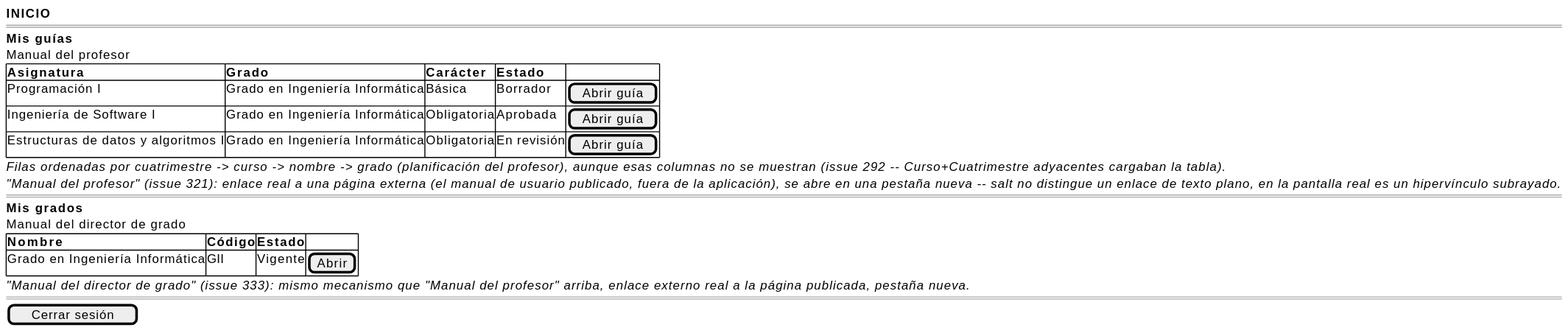
mmasias/pyCeldaPublico keeps this PlantUML diagram as images/RUP/01-requisitos/03-detalle-casos-uso/abrirInicio/wireframe.svg. Above is the earlier version.
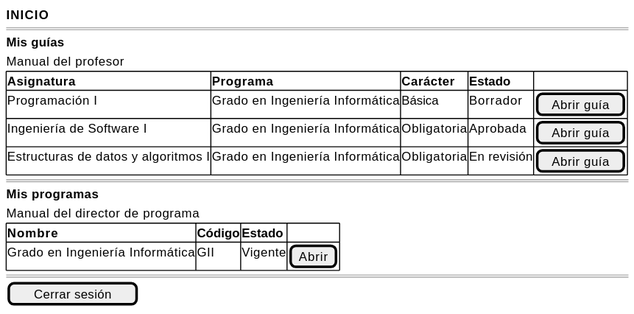
Above is the later version.

Diff of the diagram source:
```diff
@@ -5,21 +5,18 @@
     <b>Mis guías</b>
     Manual del profesor
     {#
-    <b>Asignatura                          | <b>Grado                          | <b>Carácter    |<b>Estado    | .
+    <b>Asignatura                          | <b>Programa                          | <b>Carácter    |<b>Estado    | .
     Programación I                         | Grado en Ingeniería Informática    | Básica         |Borrador     | [Abrir guía]
     Ingeniería de Software I               | Grado en Ingeniería Informática    | Obligatoria    |Aprobada     | [Abrir guía]
     Estructuras de datos y algoritmos I    | Grado en Ingeniería Informática    | Obligatoria    |En revisión  | [Abrir guía]
     }
-    <i>Filas ordenadas por cuatrimestre -> curso -> nombre -> grado (planificación del profesor), aunque esas columnas no se muestran (issue 292 -- Curso+Cuatrimestre adyacentes cargaban la tabla).</i>
-    <i>"Manual del profesor" (issue 321): enlace real a una página externa (el manual de usuario publicado, fuera de la aplicación), se abre en una pestaña nueva -- salt no distingue un enlace de texto plano, en la pantalla real es un hipervínculo subrayado.</i>
     ====
-    <b>Mis grados</b>
-    Manual del director de grado
+    <b>Mis programas</b>
+    Manual del director de programa
     {#
     <b>Nombre                          | <b>Código | <b>Estado | .
     Grado en Ingeniería Informática    | GII      | Vigente   | [Abrir]
     }
-    <i>"Manual del director de grado" (issue 333): mismo mecanismo que "Manual del profesor" arriba, enlace externo real a la página publicada, pestaña nueva.</i>
     ====
     [ Cerrar sesión ]
 }
```
